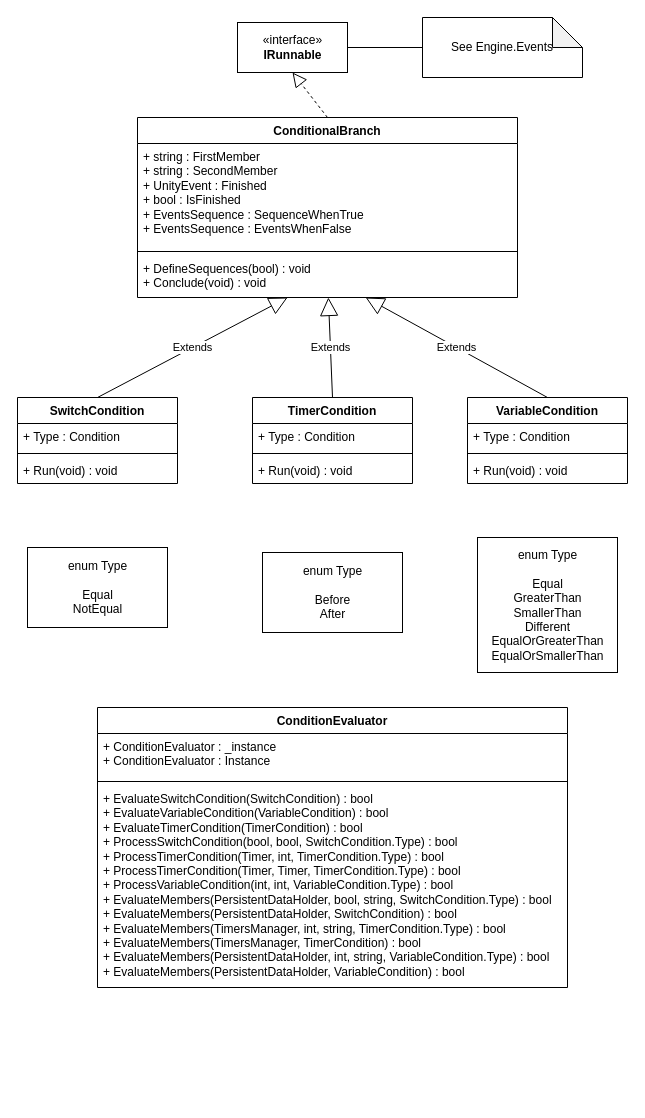
Above: page "Engine.FlowControl" (10 of 19) of Ace_Engine.drawio in MaximeJoly96/LC_Unity (draw.io), before the change. Source tidied: cells renumbered, new cells numbered last; positions are measured from the earlier drawing's top-left corner, leaving out a move shared by most shapes. Both pictures are drawn from the tidied source at 100%, with x=0, y=0 at pixel (17, 17).
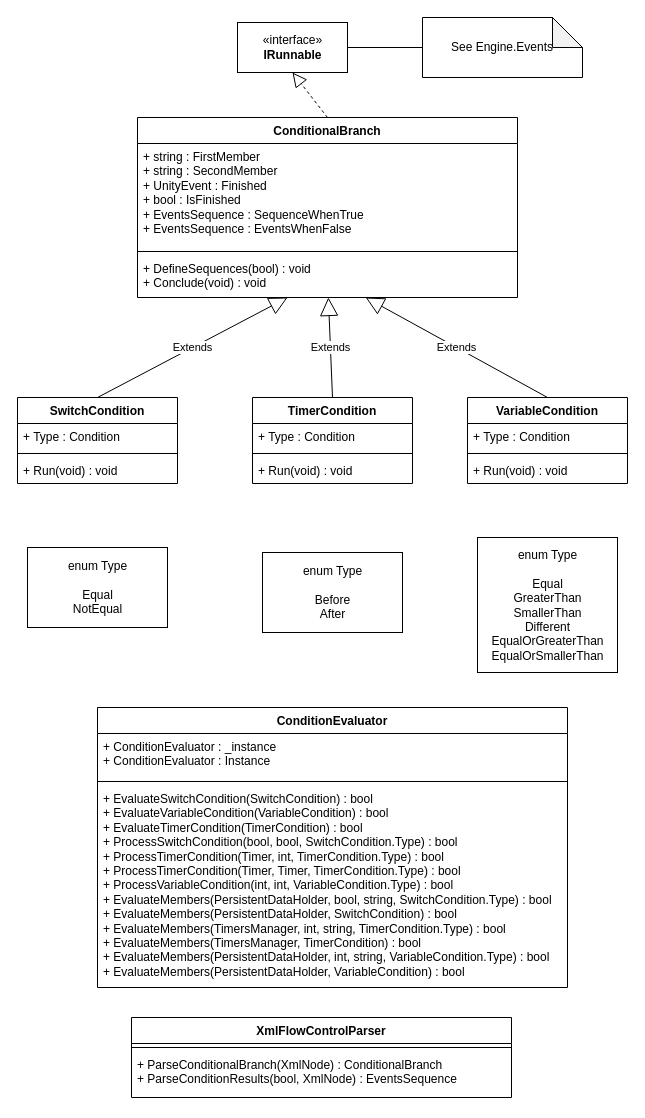
After the change.

Change to the diagram source:
```diff
@@
+    <mxCell id="32" value="XmlFlowControlParser" style="swimlane;fontStyle=1;align=center;verticalAlign=top;horizontal=1;startSize=26;whiteSpace=wrap;html=1;" parent="1" vertex="1">
+      <mxGeometry x="114" y="1000" width="380" height="80" as="geometry" />
+    </mxCell>
+    <mxCell id="33" style="line;strokeWidth=1;fillColor=none;align=left;verticalAlign=middle;spacingTop=-1;spacingLeft=3;spacingRight=3;labelPosition=right;strokeColor=inherit;" parent="32" vertex="1">
+      <mxGeometry y="26" width="380" height="8" as="geometry" />
+    </mxCell>
+    <mxCell id="34" value="+ ParseConditionalBranch(XmlNode) : ConditionalBranch&lt;div&gt;+ ParseConditionResults(bool, XmlNode) : EventsSequence&lt;/div&gt;" style="text;strokeColor=none;fillColor=none;align=left;verticalAlign=top;spacingLeft=4;spacingRight=4;overflow=hidden;whiteSpace=wrap;html=1;" parent="32" vertex="1">
+      <mxGeometry y="34" width="380" height="46" as="geometry" />
+    </mxCell>
```
